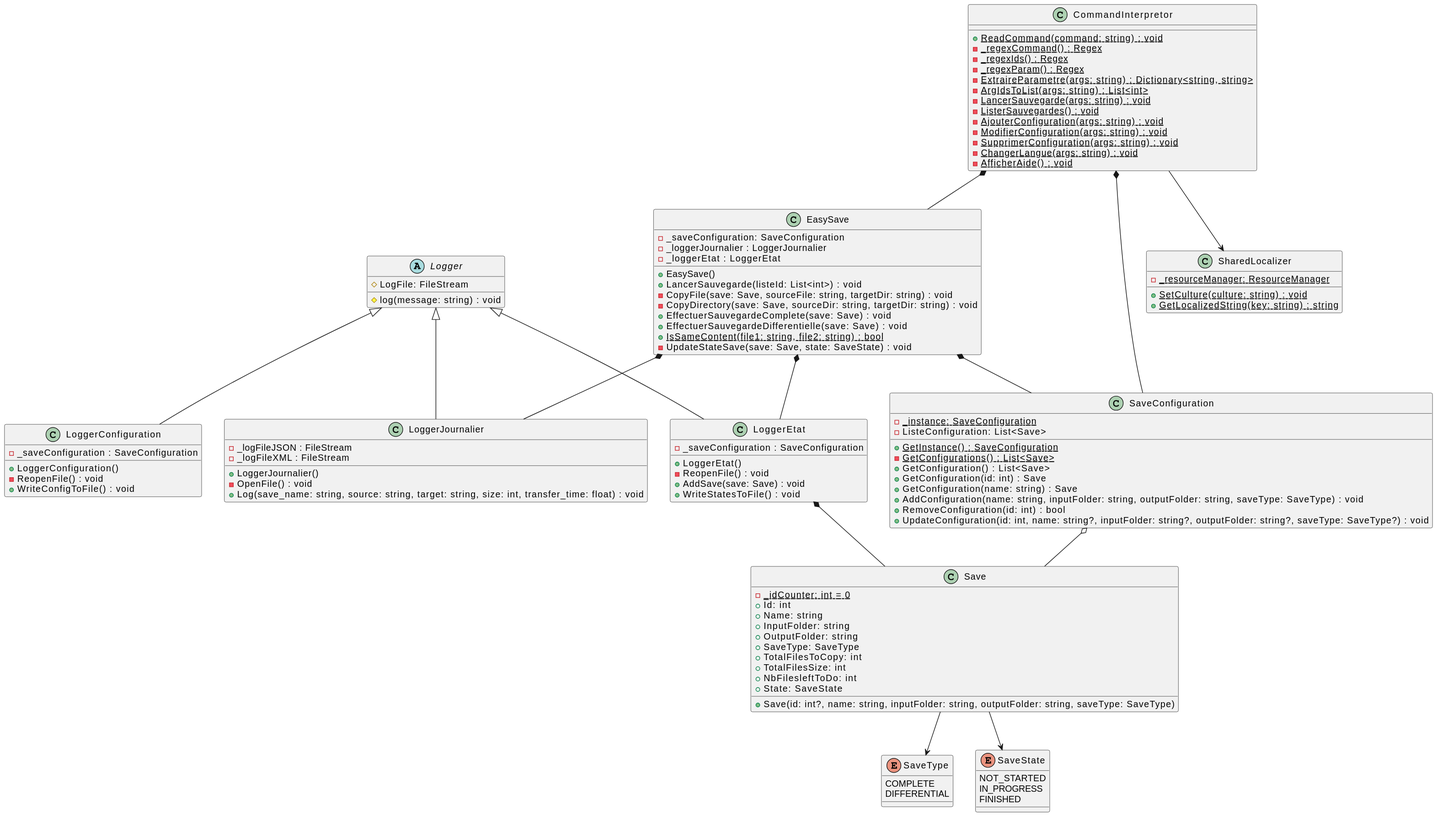
Above: UML/output/ClassDiagram.svg in Melvin-Menanteau/EasySave (PlantUML), before the change.
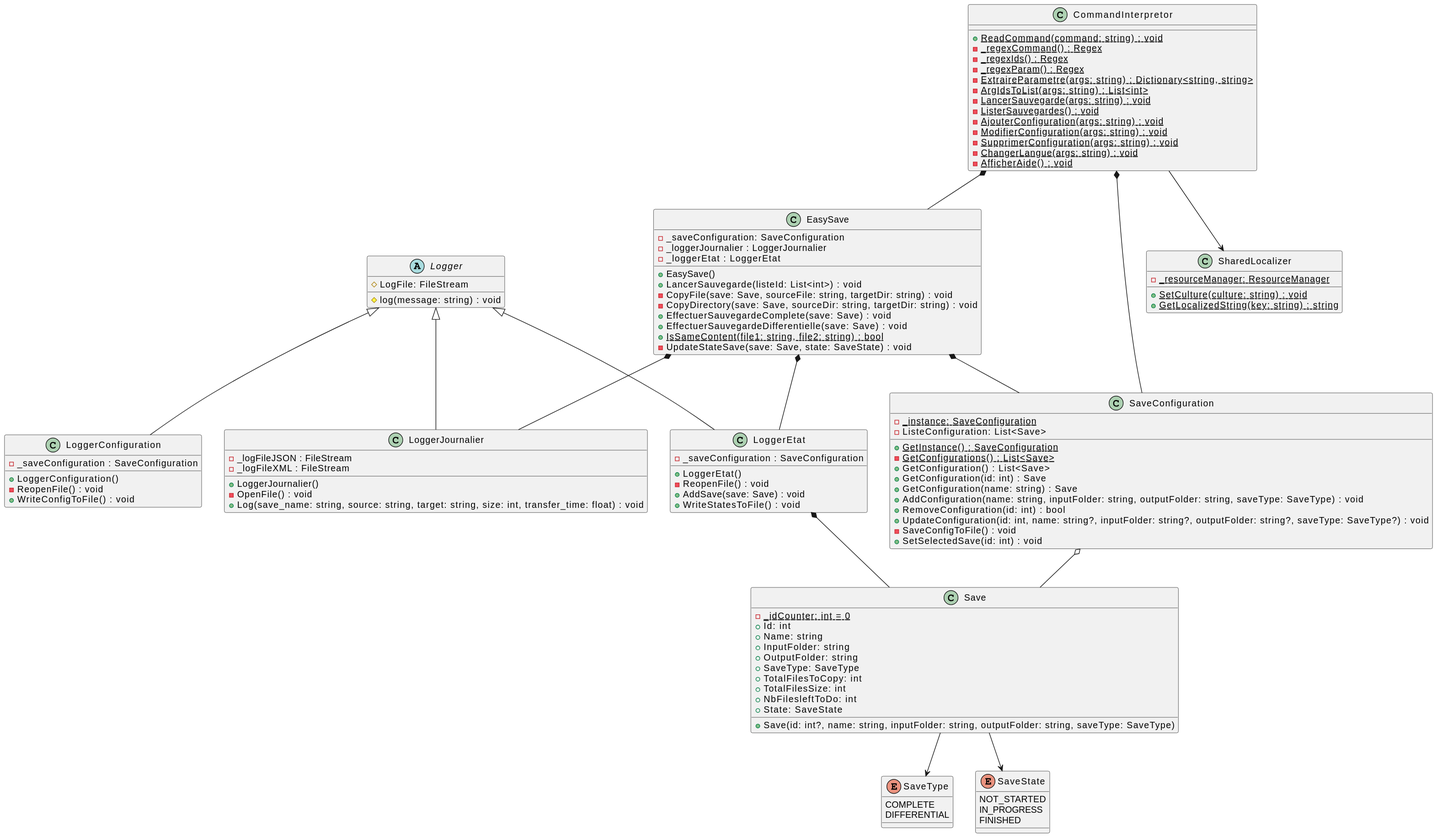
The same file after the commit.

Change to the diagram source:
```diff
@@ -60,6 +60,8 @@
 	+AddConfiguration(name: string, inputFolder: string, outputFolder: string, saveType: SaveType) : void
 	+RemoveConfiguration(id: int) : bool
 	+UpdateConfiguration(id: int, name: string?, inputFolder: string?, outputFolder: string?, saveType: SaveType?) : void
+	-SaveConfigToFile() : void
+	+SetSelectedSave(id: int) : void
 }
 
 enum SaveType {
```
